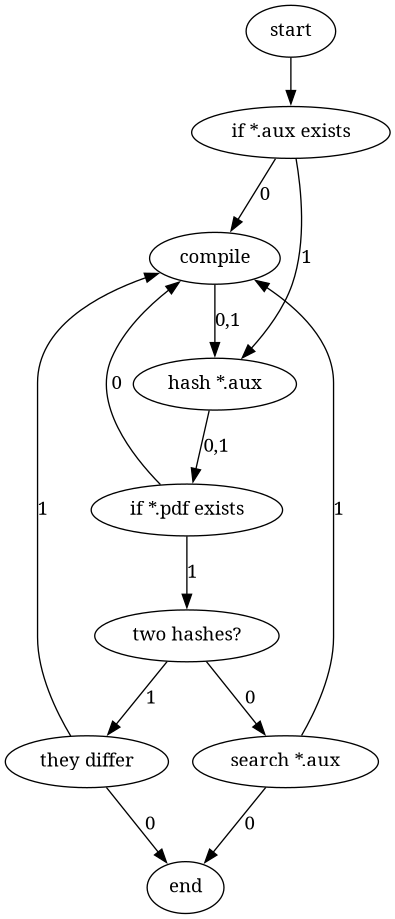
Before: plan/pass-logic.png, a diagram exported from Graphviz (bradencarlson/trex). Its source is kept beside it as plan/pass-logic.gv.
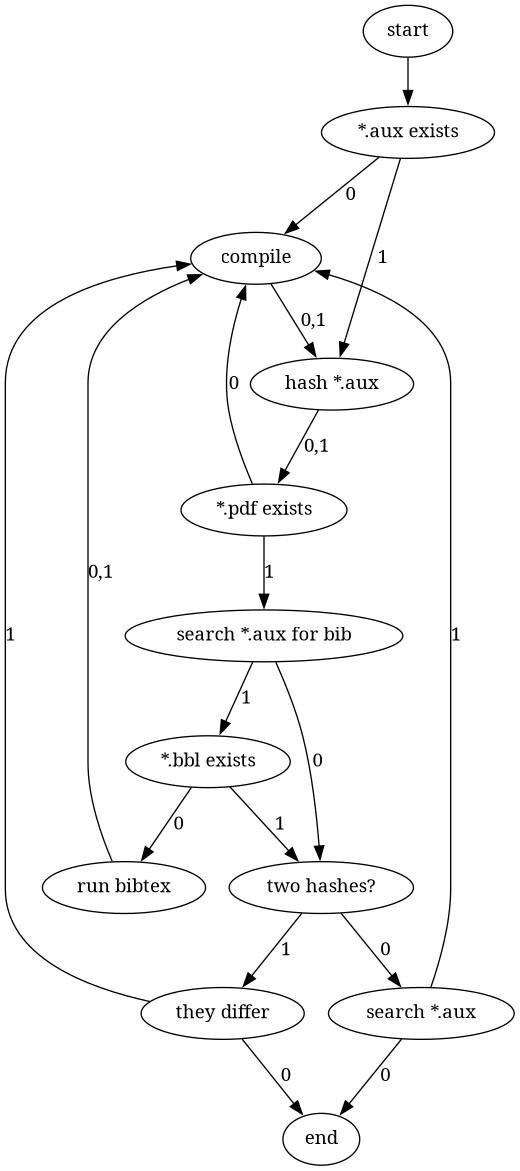
The same file after the commit.

Commit message:
Bibtex support

Starting to add bibtex support. This is still in progress.

Diff of the diagram source:
```diff
@@ -1,13 +1,16 @@
 digraph {
         s [label="start"]
         c [label="compile"]
-        e [label="if *.aux exists"]
+        e [label="*.aux exists"]
         h [label="hash *.aux"]
-        m [label="if *.pdf exists"]
+        m [label="*.pdf exists"]
         comp [label="two hashes?"]
         diff [label="they differ"]
         end [label="end"]
         search [label="search *.aux"]
+        search_bib [label="search *.aux for bib"]
+        bib [label="run bibtex"]
+        e_bbl [label="*.bbl exists"]
 
         s -> e
 
@@ -16,7 +19,13 @@
         h -> m [label="0,1"]
         m -> c [label="0"]
         c -> h [label="0,1"]
-        m -> comp [label="1"]
+        m -> search_bib [label="1"]
+        search_bib -> e_bbl [label="1"]
+        e_bbl -> bib [label="0"]
+        e_bbl -> comp [label="1"]
+        bib -> c [label="0,1"]
+        search_bib -> comp [label="0"]
+
         comp -> diff [label="1"]
         diff -> c [label="1"]
         diff -> end [label="0"]
```
